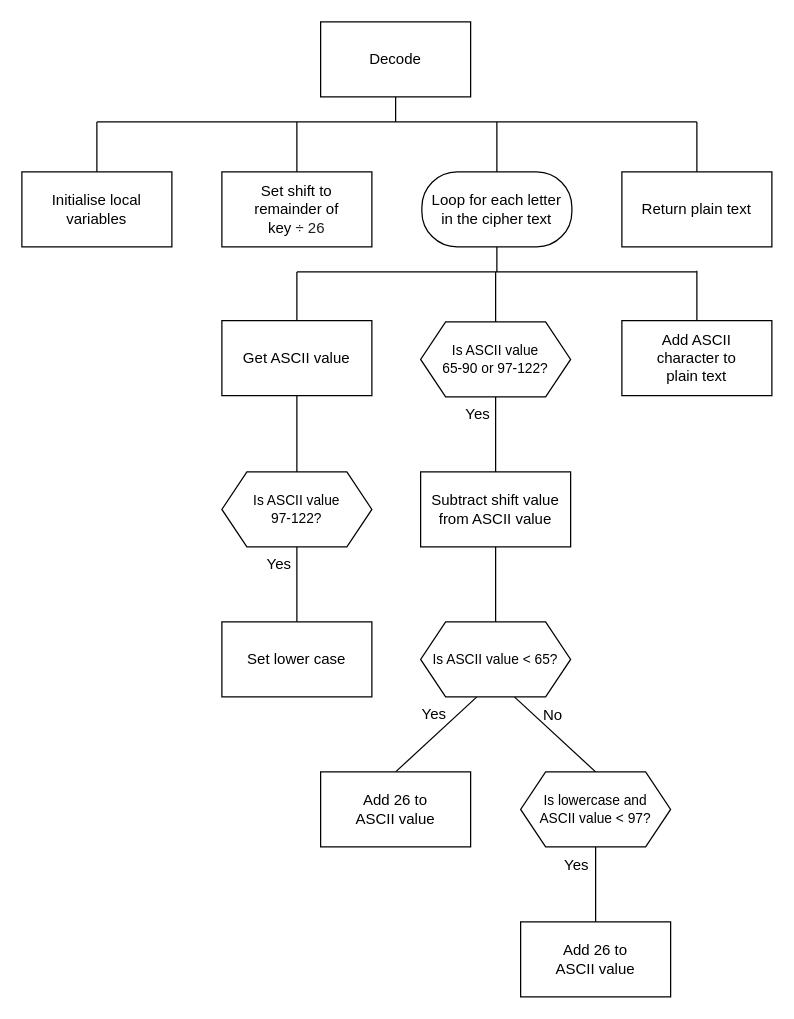
MrFriendCS/MrFriendCS.github.io keeps this draw.io diagram as page "sd2" (2 of 4) of higher/H-SDD-Caesar-Cipher/assets/H SDD Caesar Cipher.drawio. Above is the earlier version. Source tidied: cells renumbered, new cells numbered last; positions are measured from the earlier drawing's top-left corner, leaving out a move shared by most shapes. Both pictures are drawn from the tidied source at 125%, with x=0, y=0 at pixel (21, 21).
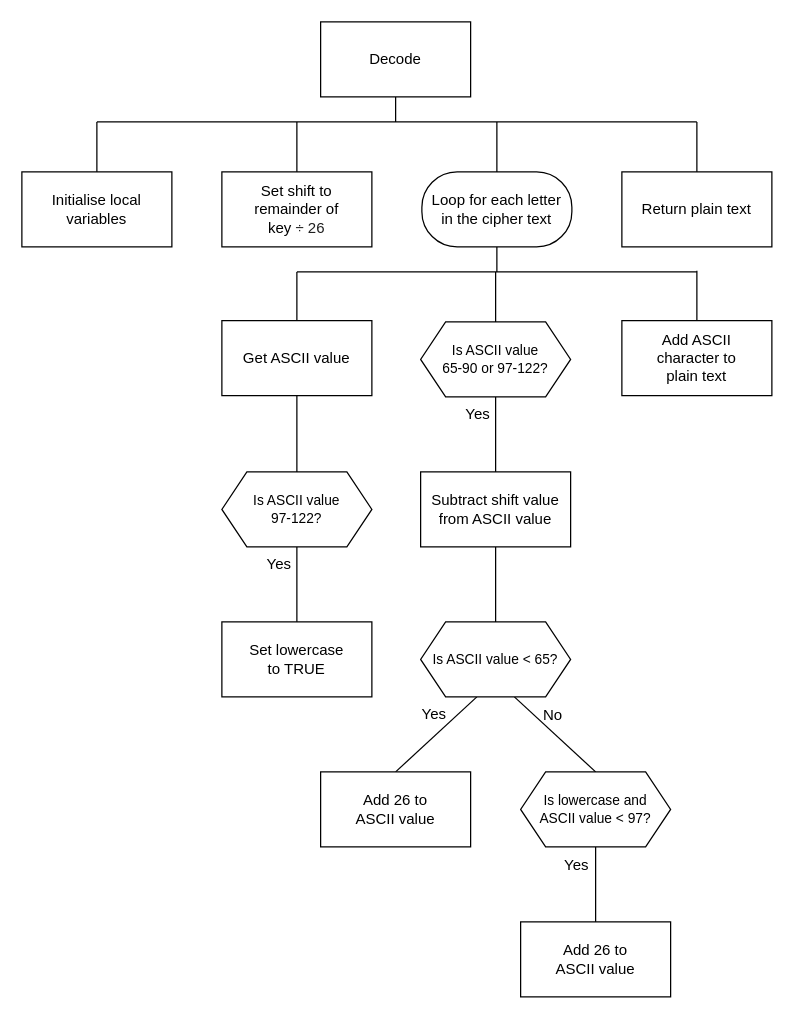
The same diagram, later.

Diff of the diagram source:
```diff
@@
-    <mxCell id="34" value="&lt;font face=&quot;Helvetica&quot;&gt;Set lower case&lt;/font&gt;" style="rounded=0;whiteSpace=wrap;html=1;fontFamily=Lucida Console;fontSize=12;fontColor=default;" parent="1" vertex="1">
+    <mxCell id="34" value="&lt;font face=&quot;Helvetica&quot;&gt;Set lowercase&lt;/font&gt;&lt;div&gt;&lt;font face=&quot;Helvetica&quot;&gt;to TRUE&lt;/font&gt;&lt;/div&gt;" style="rounded=0;whiteSpace=wrap;html=1;fontFamily=Lucida Console;fontSize=12;fontColor=default;" parent="1" vertex="1">
       <mxGeometry x="160" y="480" width="120" height="60" as="geometry" />
     </mxCell>
```
